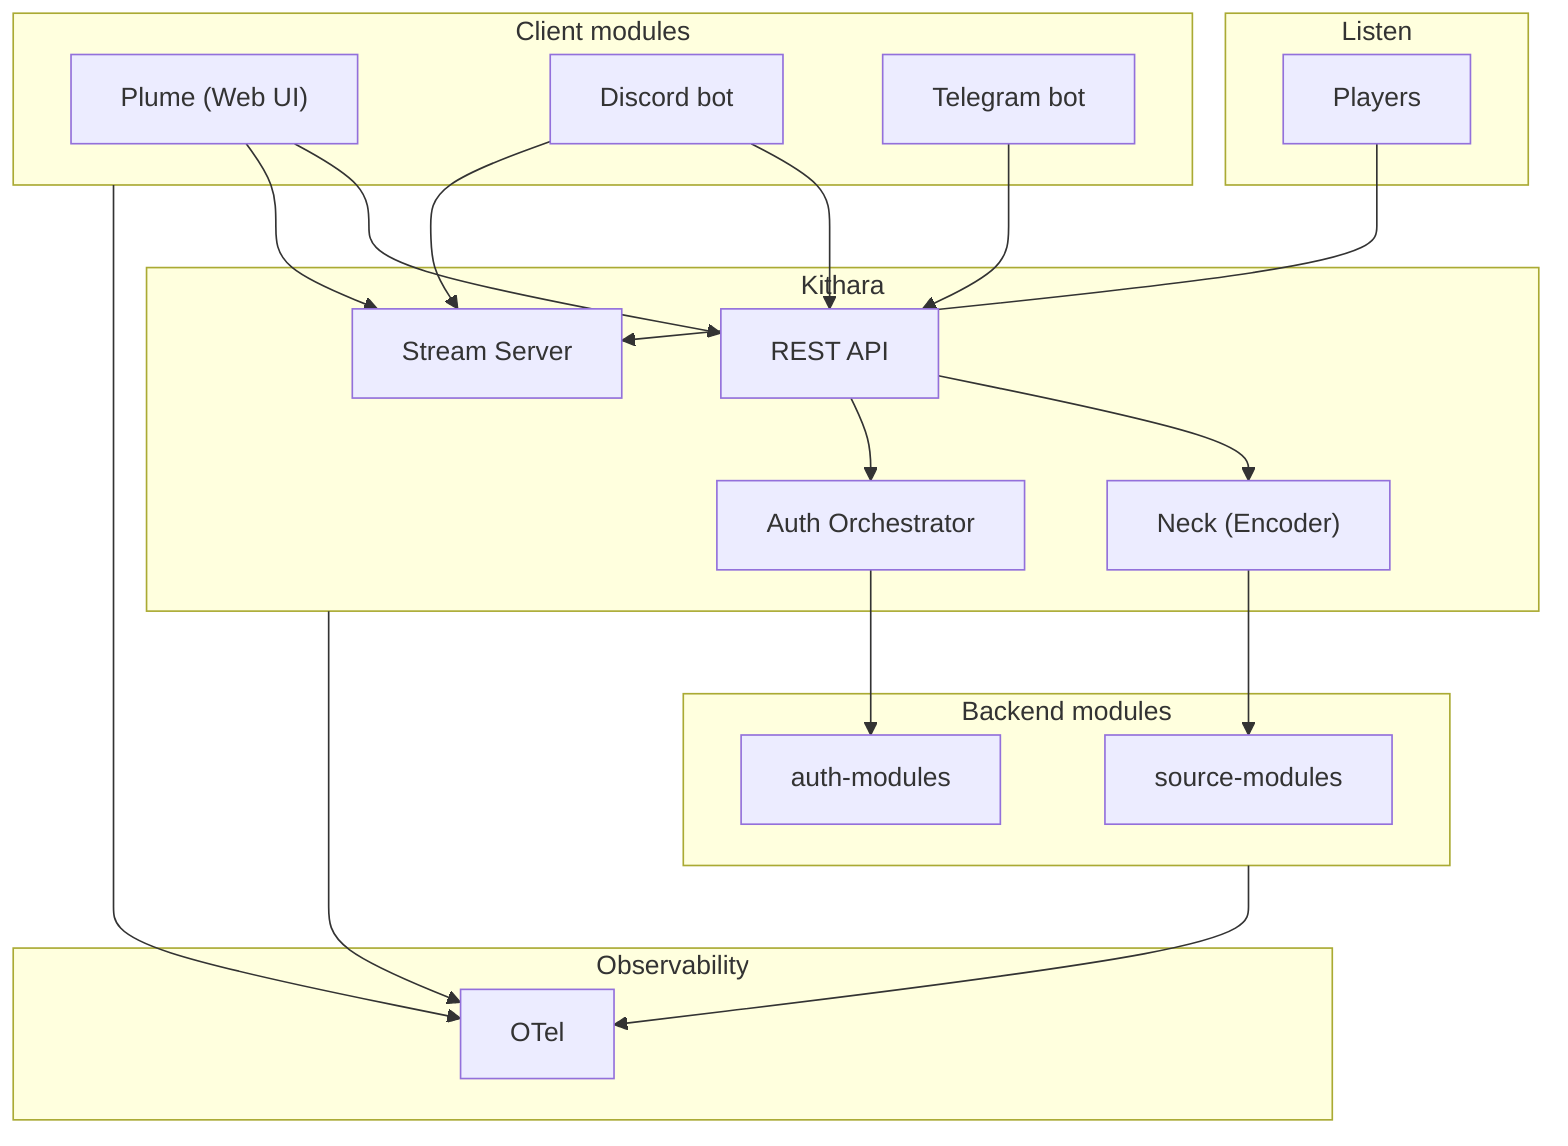
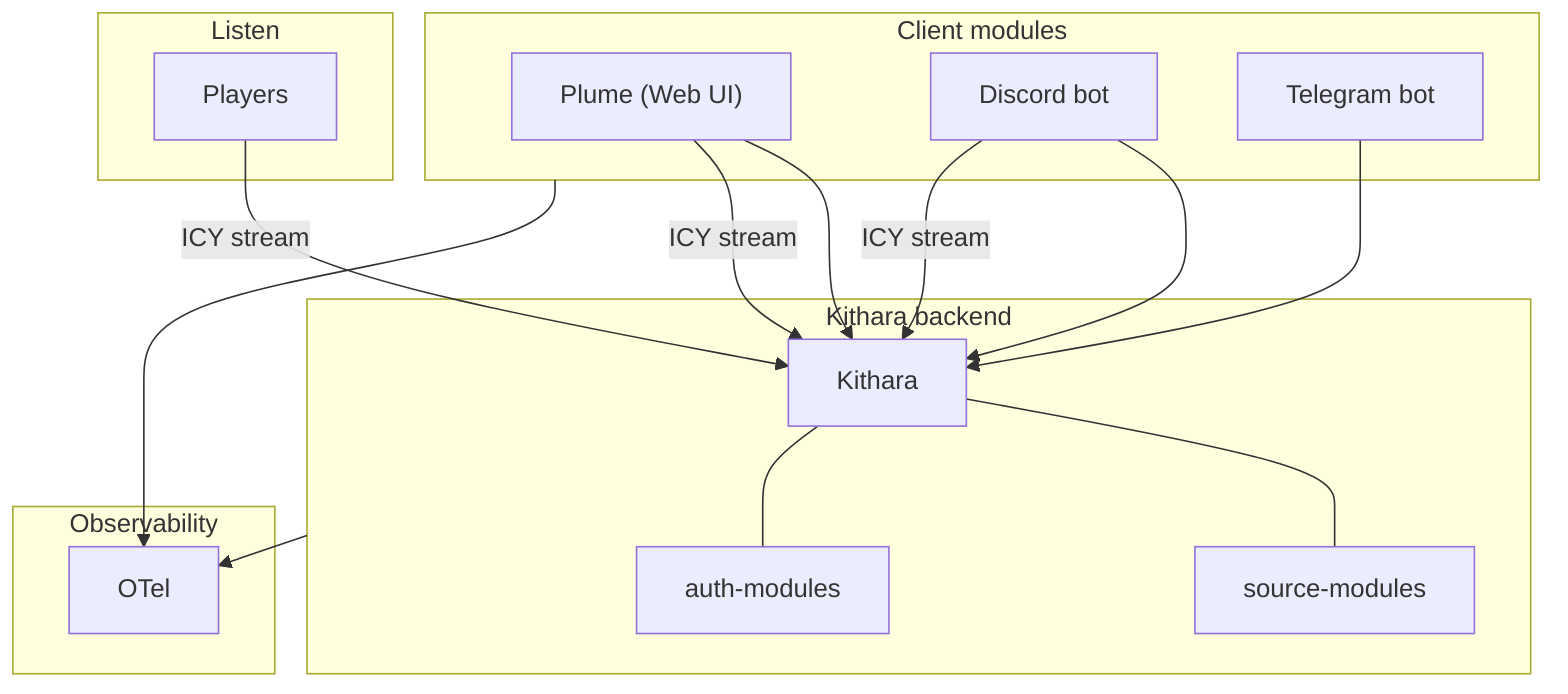
flowchart TB
  subgraph client [Client modules]
    Plume["Plume (Web UI)"]
    Discord[Discord bot]
    Telegram[Telegram bot]
  end
  subgraph listen [Listen]
    Players[Players]
  end
-   subgraph core [Kithara]
-     API[REST API]
-     Neck["Neck (Encoder)"]
-     StreamSrv[Stream Server]
-     AuthOrch[Auth Orchestrator]
-   end
-   subgraph modules [Backend modules]
+   subgraph backend [Kithara backend]
+     KitharaBox[Kithara]
    src[source-modules]
    auth[auth-modules]
+     KitharaBox --- src
+     KitharaBox --- auth
  end
  subgraph observe [Observability]
    OTel[OTel]
  end
-   Plume --> API
-   Discord --> API
-   Discord --> StreamSrv
-   Telegram --> API
-   Plume --> StreamSrv
-   Players --> StreamSrv
-   API --> Neck
-   API --> AuthOrch
-   Neck --> src
-   AuthOrch --> auth
-   core --> OTel
-   modules --> OTel
+   Plume --> KitharaBox
+   Discord --> KitharaBox
+   Telegram --> KitharaBox
+   Plume -->|ICY stream| KitharaBox
+   Players -->|ICY stream| KitharaBox
+   Discord -->|ICY stream| KitharaBox
+   backend --> OTel
  client --> OTel
